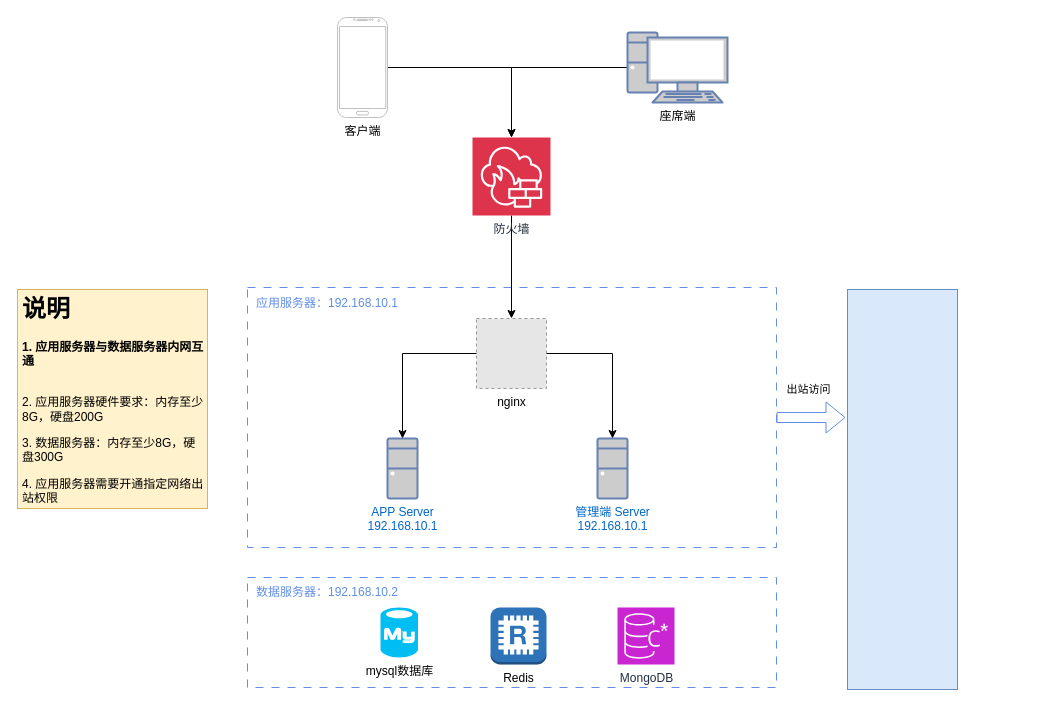
Earlier version of the draw.io diagram 客服部署架构图.drawio (ammengke/my-drawio). Source tidied: cells renumbered, new cells numbered last; positions are measured from the earlier drawing's top-left corner, leaving out a move shared by most shapes. Both pictures are drawn from the tidied source at 100%, with x=0, y=0 at pixel (17, 17). Pictures stored in the file or linked from it are replaced by grey dashed boxes.
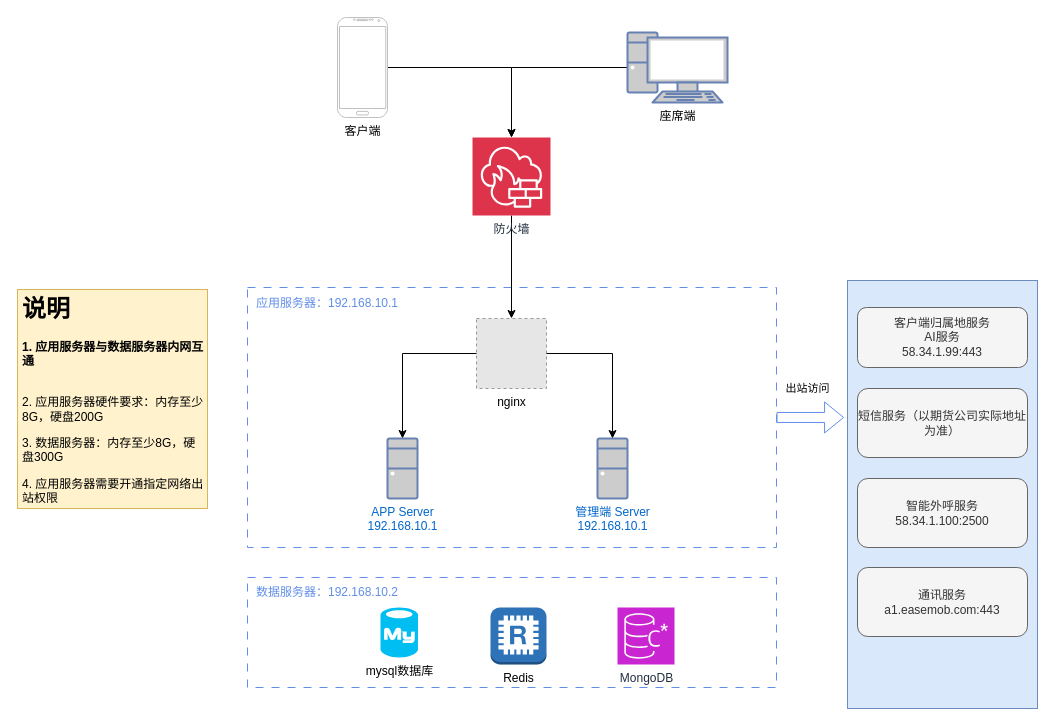
The same diagram, later.

Commit message (it also covers changes not shown here):
更新客服部署架构图.drawio

Change to the diagram source:
```diff
@@
     <mxCell id="21" style="rounded=0;whiteSpace=wrap;html=1;fillColor=#dae8fc;strokeColor=#6c8ebf;" parent="1" vertex="1">
-      <mxGeometry x="830" y="272" width="110" height="400" as="geometry" />
+      <mxGeometry x="830" y="263" width="190" height="428" as="geometry" />
     </mxCell>
@@
+    <mxCell id="24" value="客户端归属地服务&lt;br&gt;AI服务&lt;br&gt;58.34.1.99:443" style="rounded=1;whiteSpace=wrap;html=1;fillColor=#f5f5f5;strokeColor=#666666;fontColor=#333333;" parent="1" vertex="1">
+      <mxGeometry x="840" y="290" width="170" height="60" as="geometry" />
+    </mxCell>
+    <mxCell id="25" value="短信服务（以期货公司实际地址为准）" style="rounded=1;whiteSpace=wrap;html=1;fillColor=#f5f5f5;strokeColor=#666666;fontColor=#333333;" parent="1" vertex="1">
+      <mxGeometry x="840" y="371" width="170" height="69" as="geometry" />
+    </mxCell>
+    <mxCell id="26" value="智能外呼服务&lt;br&gt;58.34.1.100:2500" style="rounded=1;whiteSpace=wrap;html=1;fillColor=#f5f5f5;strokeColor=#666666;fontColor=#333333;" parent="1" vertex="1">
+      <mxGeometry x="840" y="461" width="170" height="69" as="geometry" />
+    </mxCell>
+    <mxCell id="27" value="通讯服务&lt;br&gt;&lt;div&gt;&lt;div class=&quot;ace-line ace-line old-record-id-U1FUdpCsXoT3UgxNc9McnvPsnXc&quot; style=&quot;&quot;&gt;a1.easemob.com:443&lt;/div&gt;&lt;/div&gt;" style="rounded=1;whiteSpace=wrap;html=1;fillColor=#f5f5f5;strokeColor=#666666;fontColor=#333333;" parent="1" vertex="1">
+      <mxGeometry x="840" y="550" width="170" height="69" as="geometry" />
+    </mxCell>
```
